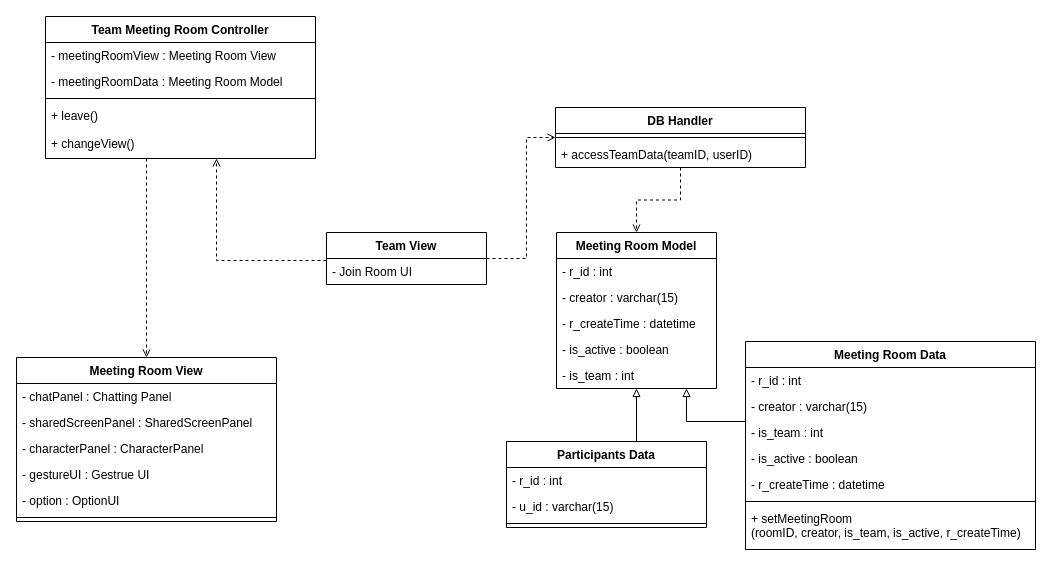
Before: CD2-2.drawio in ONFFLine/Diagram, a draw.io diagram. Source tidied: cells renumbered, new cells numbered last; positions are measured from the earlier drawing's top-left corner, leaving out a move shared by most shapes. Both pictures are drawn from the tidied source at 100%, with x=0, y=0 at pixel (16, 16).
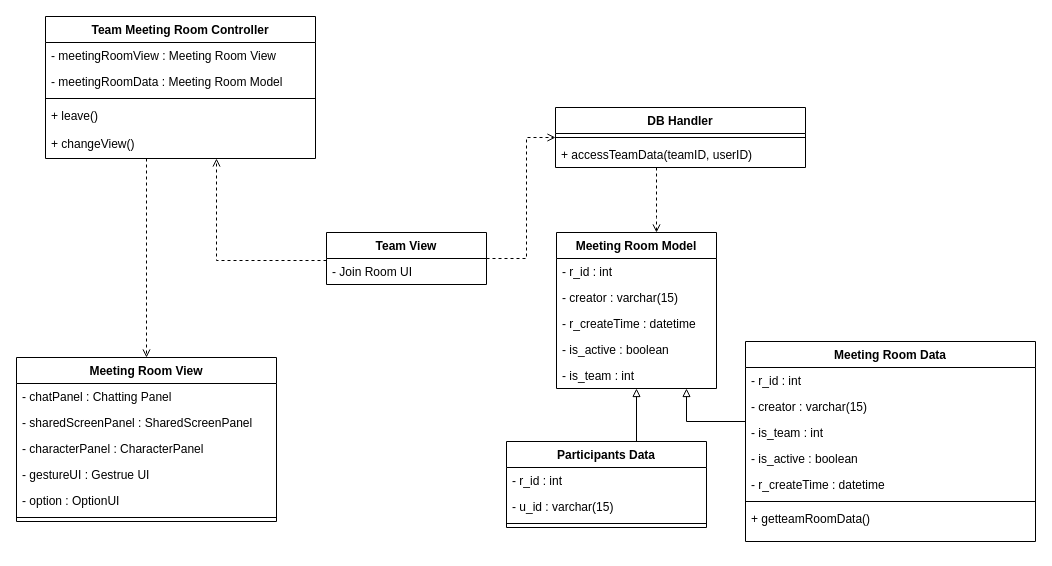
The same page after the edit.

Unchanged cells that the change refers to:
```xml
<mxCell id="17" value="DB Handler" style="swimlane;fontStyle=1;align=center;verticalAlign=top;horizontal=1;startSize=26;" parent="1" vertex="1">
  <mxGeometry x="539" y="91" width="250" height="60" as="geometry" />
</mxCell>
<mxCell id="21" value="Meeting Room Model" style="swimlane;fontStyle=1;align=center;verticalAlign=top;horizontal=1;startSize=26;" parent="1" vertex="1">
  <mxGeometry x="540" y="216" width="160" height="156" as="geometry" />
</mxCell>
```

What changed in the source:
```diff
@@
     <mxCell id="16" style="edgeStyle=orthogonalEdgeStyle;rounded=0;jettySize=auto;html=1;dashed=1;endArrow=open;endFill=0;" parent="1" edge="1" source="17" target="21">
-      <mxGeometry relative="1" as="geometry" />
+      <mxGeometry relative="1" as="geometry">
+        <Array as="points">
+          <mxPoint x="640" y="201" />
+          <mxPoint x="640" y="201" />
+        </Array>
+      </mxGeometry>
     </mxCell>
@@
     <mxCell id="33" value="Meeting Room Data" style="swimlane;fontStyle=1;align=center;verticalAlign=top;horizontal=1;startSize=26;" parent="1" vertex="1">
-      <mxGeometry x="729" y="325" width="290" height="208" as="geometry" />
+      <mxGeometry x="729" y="325" width="290" height="200" as="geometry" />
     </mxCell>
@@
-    <mxCell id="40" value="+ setMeetingRoom&#10;(roomID, creator, is_team, is_active, r_createTime)" style="text;strokeColor=none;fillColor=none;align=left;verticalAlign=top;spacingLeft=4;spacingRight=4;overflow=hidden;" parent="33" vertex="1">
-      <mxGeometry y="164" width="290" height="44" as="geometry" />
+    <mxCell id="40" value="+ getteamRoomData()" style="text;strokeColor=none;fillColor=none;align=left;verticalAlign=top;spacingLeft=4;spacingRight=4;overflow=hidden;" parent="33" vertex="1">
+      <mxGeometry y="164" width="290" height="36" as="geometry" />
     </mxCell>
```
